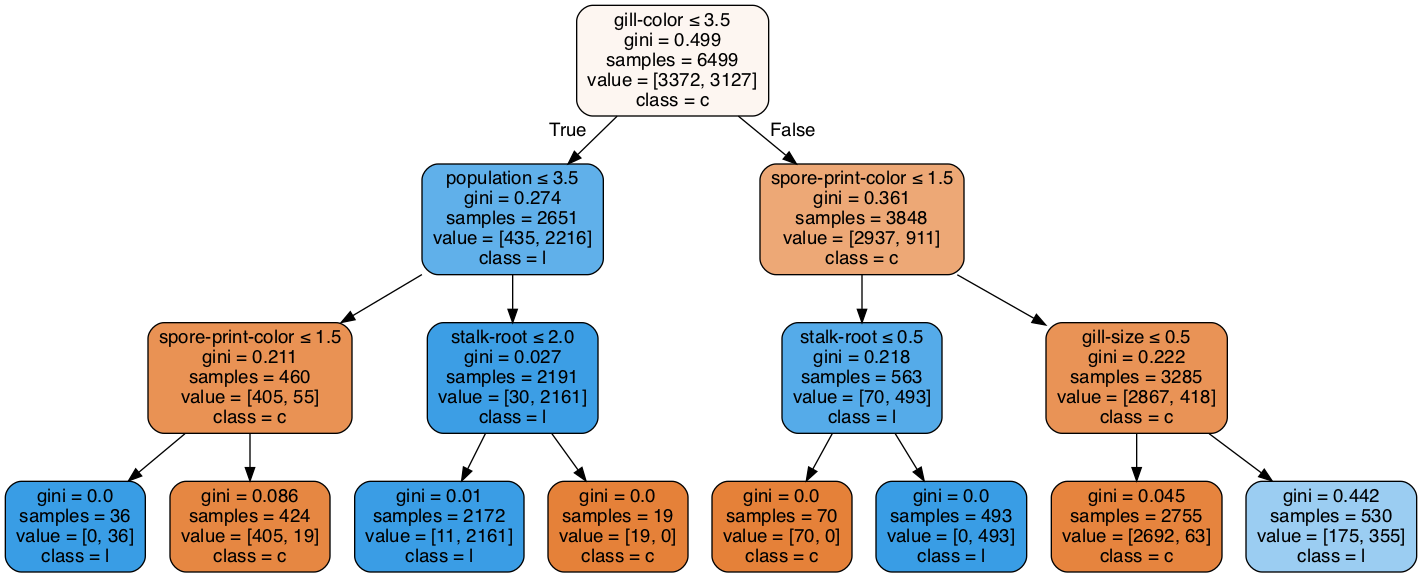
The Graphviz diagram Lab02/clf-max-depth-3.gv.png in anhle199/Intro2AI-HCMUS, before a commit. Its source is kept beside it as Lab02/clf-max-depth-3.gv.
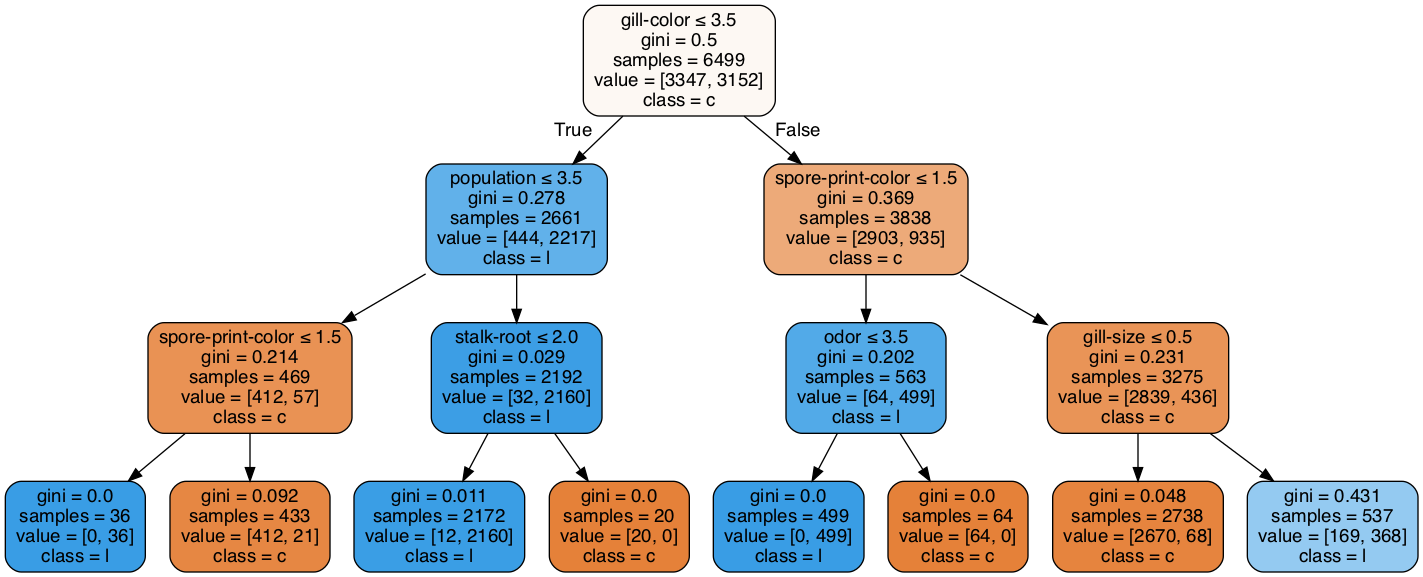
After the change.

What changed in the source:
```diff
@@ -1,33 +1,33 @@
 digraph Tree {
 node [shape=box, style="filled, rounded", color="black", fontname=helvetica] ;
 edge [fontname=helvetica] ;
-0 [label=<gill-color &le; 3.5<br/>gini = 0.499<br/>samples = 6499<br/>value = [3372, 3127]<br/>class = c>, fillcolor="#fdf6f1"] ;
-1 [label=<population &le; 3.5<br/>gini = 0.274<br/>samples = 2651<br/>value = [435, 2216]<br/>class = l>, fillcolor="#60b0ea"] ;
+0 [label=<gill-color &le; 3.5<br/>gini = 0.5<br/>samples = 6499<br/>value = [3347, 3152]<br/>class = c>, fillcolor="#fdf8f3"] ;
+1 [label=<population &le; 3.5<br/>gini = 0.278<br/>samples = 2661<br/>value = [444, 2217]<br/>class = l>, fillcolor="#61b1ea"] ;
 0 -> 1 [labeldistance=2.5, labelangle=45, headlabel="True"] ;
-2 [label=<spore-print-color &le; 1.5<br/>gini = 0.211<br/>samples = 460<br/>value = [405, 55]<br/>class = c>, fillcolor="#e99254"] ;
+2 [label=<spore-print-color &le; 1.5<br/>gini = 0.214<br/>samples = 469<br/>value = [412, 57]<br/>class = c>, fillcolor="#e99254"] ;
 1 -> 2 ;
 3 [label=<gini = 0.0<br/>samples = 36<br/>value = [0, 36]<br/>class = l>, fillcolor="#399de5"] ;
 2 -> 3 ;
-4 [label=<gini = 0.086<br/>samples = 424<br/>value = [405, 19]<br/>class = c>, fillcolor="#e68742"] ;
+4 [label=<gini = 0.092<br/>samples = 433<br/>value = [412, 21]<br/>class = c>, fillcolor="#e68743"] ;
 2 -> 4 ;
-5 [label=<stalk-root &le; 2.0<br/>gini = 0.027<br/>samples = 2191<br/>value = [30, 2161]<br/>class = l>, fillcolor="#3c9ee5"] ;
+5 [label=<stalk-root &le; 2.0<br/>gini = 0.029<br/>samples = 2192<br/>value = [32, 2160]<br/>class = l>, fillcolor="#3c9ee5"] ;
 1 -> 5 ;
-6 [label=<gini = 0.01<br/>samples = 2172<br/>value = [11, 2161]<br/>class = l>, fillcolor="#3a9de5"] ;
+6 [label=<gini = 0.011<br/>samples = 2172<br/>value = [12, 2160]<br/>class = l>, fillcolor="#3a9ee5"] ;
 5 -> 6 ;
-7 [label=<gini = 0.0<br/>samples = 19<br/>value = [19, 0]<br/>class = c>, fillcolor="#e58139"] ;
+7 [label=<gini = 0.0<br/>samples = 20<br/>value = [20, 0]<br/>class = c>, fillcolor="#e58139"] ;
 5 -> 7 ;
-8 [label=<spore-print-color &le; 1.5<br/>gini = 0.361<br/>samples = 3848<br/>value = [2937, 911]<br/>class = c>, fillcolor="#eda876"] ;
+8 [label=<spore-print-color &le; 1.5<br/>gini = 0.369<br/>samples = 3838<br/>value = [2903, 935]<br/>class = c>, fillcolor="#edaa79"] ;
 0 -> 8 [labeldistance=2.5, labelangle=-45, headlabel="False"] ;
-9 [label=<stalk-root &le; 0.5<br/>gini = 0.218<br/>samples = 563<br/>value = [70, 493]<br/>class = l>, fillcolor="#55abe9"] ;
+9 [label=<odor &le; 3.5<br/>gini = 0.202<br/>samples = 563<br/>value = [64, 499]<br/>class = l>, fillcolor="#52aae8"] ;
 8 -> 9 ;
-10 [label=<gini = 0.0<br/>samples = 70<br/>value = [70, 0]<br/>class = c>, fillcolor="#e58139"] ;
+10 [label=<gini = 0.0<br/>samples = 499<br/>value = [0, 499]<br/>class = l>, fillcolor="#399de5"] ;
 9 -> 10 ;
-11 [label=<gini = 0.0<br/>samples = 493<br/>value = [0, 493]<br/>class = l>, fillcolor="#399de5"] ;
+11 [label=<gini = 0.0<br/>samples = 64<br/>value = [64, 0]<br/>class = c>, fillcolor="#e58139"] ;
 9 -> 11 ;
-12 [label=<gill-size &le; 0.5<br/>gini = 0.222<br/>samples = 3285<br/>value = [2867, 418]<br/>class = c>, fillcolor="#e99356"] ;
+12 [label=<gill-size &le; 0.5<br/>gini = 0.231<br/>samples = 3275<br/>value = [2839, 436]<br/>class = c>, fillcolor="#e99457"] ;
 8 -> 12 ;
-13 [label=<gini = 0.045<br/>samples = 2755<br/>value = [2692, 63]<br/>class = c>, fillcolor="#e6843e"] ;
+13 [label=<gini = 0.048<br/>samples = 2738<br/>value = [2670, 68]<br/>class = c>, fillcolor="#e6843e"] ;
 12 -> 13 ;
-14 [label=<gini = 0.442<br/>samples = 530<br/>value = [175, 355]<br/>class = l>, fillcolor="#9bcdf2"] ;
+14 [label=<gini = 0.431<br/>samples = 537<br/>value = [169, 368]<br/>class = l>, fillcolor="#94caf1"] ;
 12 -> 14 ;
 }
```
